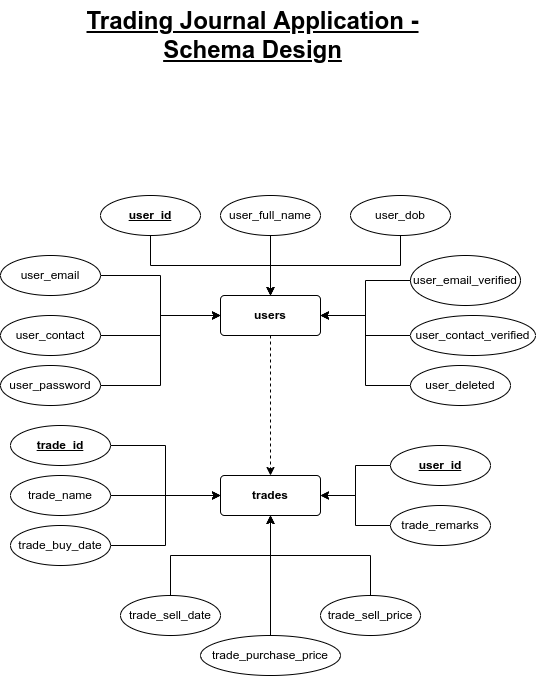
Earlier version of the draw.io export _resources/_schema_design/_img/SD - Trading Journal Application.drawio.png (rajeshsinha1997/trading-journal-app_Flask). Source tidied: cells renumbered, new cells last; positions are measured from the earlier drawing's top-left corner, leaving out a move shared by most shapes.
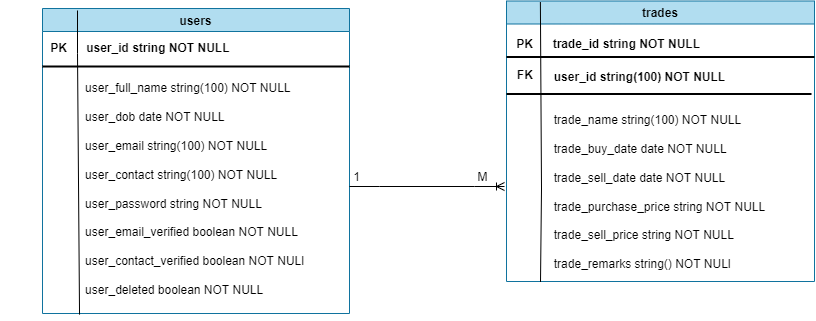
Above is the later version.

Commit message:
modified Schema Design and added ER diagram

Diff of the diagram source:
```diff
@@ -1,124 +1,70 @@
-<mxGraphModel>
+<mxGraphModel background="#ffffff">
   <root>
     <mxCell id="0" />
     <mxCell id="1" parent="0" />
-    <mxCell id="2" style="edgeStyle=orthogonalEdgeStyle;rounded=0;jettySize=auto;html=1;exitX=0.5;exitY=1;exitDx=0;exitDy=0;entryX=0.5;entryY=0;entryDx=0;entryDy=0;dashed=1;" parent="1" edge="1" source="3" target="22">
-      <mxGeometry relative="1" as="geometry" />
-    </mxCell>
-    <mxCell id="3" value="&lt;b&gt;users&lt;/b&gt;" style="rounded=1;arcSize=10;whiteSpace=wrap;html=1;align=center;" parent="1" vertex="1">
-      <mxGeometry x="220" y="295" width="100" height="40" as="geometry" />
+    <mxCell id="3" value="users" style="swimlane;fillColor=#b1ddf0;strokeColor=#10739e;" parent="1" vertex="1">
+      <mxGeometry x="-973" y="-1902" width="307" height="305" as="geometry" />
     </mxCell>
-    <mxCell id="4" style="edgeStyle=orthogonalEdgeStyle;rounded=0;jettySize=auto;html=1;exitX=0.5;exitY=1;exitDx=0;exitDy=0;entryX=0.5;entryY=0;entryDx=0;entryDy=0;" parent="1" edge="1" source="5" target="3">
-      <mxGeometry relative="1" as="geometry" />
-    </mxCell>
-    <mxCell id="5" value="&lt;b&gt;&lt;u&gt;user_id&lt;/u&gt;&lt;/b&gt;" style="ellipse;whiteSpace=wrap;html=1;align=center;" parent="1" vertex="1">
-      <mxGeometry x="100" y="195" width="100" height="40" as="geometry" />
-    </mxCell>
-    <mxCell id="6" style="edgeStyle=orthogonalEdgeStyle;rounded=0;jettySize=auto;html=1;exitX=0.5;exitY=1;exitDx=0;exitDy=0;" parent="1" edge="1" source="7">
-      <mxGeometry relative="1" as="geometry">
-        <mxPoint x="270" y="295" as="targetPoint" />
-      </mxGeometry>
-    </mxCell>
-    <mxCell id="7" value="user_full_name" style="ellipse;whiteSpace=wrap;html=1;align=center;" parent="1" vertex="1">
-      <mxGeometry x="220" y="195" width="100" height="40" as="geometry" />
-    </mxCell>
-    <mxCell id="8" style="edgeStyle=orthogonalEdgeStyle;rounded=0;jettySize=auto;html=1;exitX=0.5;exitY=1;exitDx=0;exitDy=0;" parent="1" edge="1" source="9">
-      <mxGeometry relative="1" as="geometry">
-        <mxPoint x="270" y="295" as="targetPoint" />
-      </mxGeometry>
-    </mxCell>
-    <mxCell id="9" value="user_dob" style="ellipse;whiteSpace=wrap;html=1;align=center;" parent="1" vertex="1">
-      <mxGeometry x="350" y="195" width="100" height="40" as="geometry" />
-    </mxCell>
-    <mxCell id="10" style="edgeStyle=orthogonalEdgeStyle;rounded=0;jettySize=auto;html=1;exitX=1;exitY=0.5;exitDx=0;exitDy=0;entryX=0;entryY=0.5;entryDx=0;entryDy=0;" parent="1" edge="1" source="11" target="3">
-      <mxGeometry relative="1" as="geometry" />
-    </mxCell>
-    <mxCell id="11" value="user_email" style="ellipse;whiteSpace=wrap;html=1;align=center;" parent="1" vertex="1">
-      <mxGeometry y="255" width="100" height="40" as="geometry" />
-    </mxCell>
-    <mxCell id="12" style="edgeStyle=orthogonalEdgeStyle;rounded=0;jettySize=auto;html=1;exitX=1;exitY=0.5;exitDx=0;exitDy=0;entryX=0;entryY=0.5;entryDx=0;entryDy=0;" parent="1" edge="1" source="13" target="3">
-      <mxGeometry relative="1" as="geometry" />
-    </mxCell>
-    <mxCell id="13" value="user_contact" style="ellipse;whiteSpace=wrap;html=1;align=center;" parent="1" vertex="1">
-      <mxGeometry y="315" width="100" height="40" as="geometry" />
-    </mxCell>
-    <mxCell id="14" style="edgeStyle=orthogonalEdgeStyle;rounded=0;jettySize=auto;html=1;exitX=1;exitY=0.5;exitDx=0;exitDy=0;entryX=0;entryY=0.5;entryDx=0;entryDy=0;" parent="1" edge="1" source="15" target="3">
-      <mxGeometry relative="1" as="geometry" />
-    </mxCell>
-    <mxCell id="15" value="user_password" style="ellipse;whiteSpace=wrap;html=1;align=center;" parent="1" vertex="1">
-      <mxGeometry y="365" width="100" height="40" as="geometry" />
-    </mxCell>
-    <mxCell id="16" style="edgeStyle=orthogonalEdgeStyle;rounded=0;jettySize=auto;html=1;exitX=0;exitY=0.5;exitDx=0;exitDy=0;entryX=1;entryY=0.5;entryDx=0;entryDy=0;" parent="1" edge="1" source="17" target="3">
-      <mxGeometry relative="1" as="geometry" />
-    </mxCell>
-    <mxCell id="17" value="user_email_verified" style="ellipse;whiteSpace=wrap;html=1;align=center;" parent="1" vertex="1">
-      <mxGeometry x="410" y="255" width="110" height="50" as="geometry" />
-    </mxCell>
-    <mxCell id="18" style="edgeStyle=orthogonalEdgeStyle;rounded=0;jettySize=auto;html=1;exitX=0;exitY=0.5;exitDx=0;exitDy=0;entryX=1;entryY=0.5;entryDx=0;entryDy=0;" parent="1" edge="1" source="19" target="3">
-      <mxGeometry relative="1" as="geometry" />
-    </mxCell>
-    <mxCell id="19" value="user_contact_verified" style="ellipse;whiteSpace=wrap;html=1;align=center;" parent="1" vertex="1">
-      <mxGeometry x="410" y="315" width="125" height="40" as="geometry" />
-    </mxCell>
-    <mxCell id="20" style="edgeStyle=orthogonalEdgeStyle;rounded=0;jettySize=auto;html=1;exitX=0;exitY=0.5;exitDx=0;exitDy=0;entryX=1;entryY=0.5;entryDx=0;entryDy=0;" parent="1" edge="1" source="21" target="3">
-      <mxGeometry relative="1" as="geometry" />
-    </mxCell>
-    <mxCell id="21" value="user_deleted" style="ellipse;whiteSpace=wrap;html=1;align=center;" parent="1" vertex="1">
-      <mxGeometry x="410" y="365" width="100" height="40" as="geometry" />
-    </mxCell>
+    <mxCell id="40" value="&lt;div style=&quot;text-align: left;&quot;&gt;&lt;span style=&quot;background-color: initial;&quot;&gt;user_full_name string(100) NOT NULL&lt;/span&gt;&lt;/div&gt;&lt;div style=&quot;text-align: left;&quot;&gt;&lt;br&gt;&lt;/div&gt;&lt;div style=&quot;text-align: left;&quot;&gt;&lt;span style=&quot;background-color: initial;&quot;&gt;user_dob date NOT NULL&lt;/span&gt;&lt;/div&gt;&lt;div style=&quot;text-align: left;&quot;&gt;&lt;br&gt;&lt;/div&gt;&lt;div style=&quot;text-align: left;&quot;&gt;&lt;span style=&quot;background-color: initial;&quot;&gt;user_email string(100) NOT NULL&lt;/span&gt;&lt;/div&gt;&lt;div style=&quot;text-align: left;&quot;&gt;&lt;br&gt;&lt;/div&gt;&lt;div style=&quot;text-align: left;&quot;&gt;&lt;span style=&quot;background-color: initial;&quot;&gt;user_contact string(100) NOT NULL&lt;/span&gt;&lt;/div&gt;&lt;div style=&quot;text-align: left;&quot;&gt;&lt;br&gt;&lt;/div&gt;&lt;div style=&quot;text-align: left;&quot;&gt;&lt;span style=&quot;background-color: initial;&quot;&gt;user_password string NOT NULL&lt;/span&gt;&lt;/div&gt;&lt;div style=&quot;text-align: left;&quot;&gt;&lt;br&gt;&lt;/div&gt;&lt;div style=&quot;text-align: left;&quot;&gt;&lt;span style=&quot;background-color: initial;&quot;&gt;user_email_verified boolean NOT NULL&lt;/span&gt;&lt;/div&gt;&lt;div style=&quot;text-align: left;&quot;&gt;&lt;br&gt;&lt;/div&gt;&lt;div style=&quot;text-align: left;&quot;&gt;&lt;span style=&quot;background-color: initial;&quot;&gt;user_contact_verified boolean NOT NULl&lt;/span&gt;&lt;/div&gt;&lt;div style=&quot;text-align: left;&quot;&gt;&lt;br&gt;&lt;/div&gt;&lt;div style=&quot;text-align: left;&quot;&gt;&lt;span style=&quot;background-color: initial;&quot;&gt;user_deleted boolean NOT NULL&amp;nbsp;&lt;/span&gt;&lt;/div&gt;&lt;div style=&quot;padding: 0px; margin: 0px;&quot;&gt;&lt;br style=&quot;padding: 0px; margin: 0px; text-align: left;&quot;&gt;&lt;/div&gt;" style="text;html=1;align=center;verticalAlign=middle;points=[];strokeColor=none;fillColor=none;" parent="3" vertex="1">
+      <mxGeometry x="33" y="67" width="237" height="242" as="geometry" />
+    </mxCell>
+    <mxCell id="41" value="&lt;b&gt;PK&lt;/b&gt;" style="text;html=1;align=center;verticalAlign=middle;strokeColor=none;fillColor=none;" parent="3" vertex="1">
+      <mxGeometry x="-2" y="27" width="35" height="26" as="geometry" />
+    </mxCell>
+    <mxCell id="42" style="endArrow=none;html=1;rounded=0;exitX=0.017;exitY=0.988;exitDx=0;exitDy=0;exitPerimeter=0;" parent="3" edge="1" source="40">
+      <mxGeometry relative="1" as="geometry">
+        <mxPoint x="35" y="2" as="targetPoint" />
+        <Array as="points">
+          <mxPoint x="35" y="45" />
+        </Array>
+      </mxGeometry>
+    </mxCell>
+    <mxCell id="43" value="&amp;nbsp; &amp;nbsp; &amp;nbsp; &amp;nbsp; &amp;nbsp; &amp;nbsp; &amp;nbsp; &amp;nbsp; &amp;nbsp; &amp;nbsp; &amp;nbsp; &amp;nbsp;&lt;b&gt;user_id string NOT NULL&lt;/b&gt;" style="text;html=1;align=center;verticalAlign=middle;strokeColor=none;fillColor=none;" parent="3" vertex="1">
+      <mxGeometry x="-42" y="27" width="238" height="26" as="geometry" />
+    </mxCell>
+    <mxCell id="44" style="line;strokeWidth=2;html=1;" parent="3" vertex="1">
+      <mxGeometry y="53" width="307" height="10" as="geometry" />
+    </mxCell>
-    <mxCell id="22" value="&lt;b&gt;trades&lt;/b&gt;" style="rounded=1;arcSize=10;whiteSpace=wrap;html=1;align=center;" parent="1" vertex="1">
-      <mxGeometry x="220" y="475" width="100" height="40" as="geometry" />
+    <mxCell id="22" value="trades" style="swimlane;fillColor=#b1ddf0;strokeColor=#10739e;" parent="1" vertex="1">
+      <mxGeometry x="-509" y="-1909.5" width="308" height="280.5" as="geometry" />
     </mxCell>
-    <mxCell id="23" style="edgeStyle=orthogonalEdgeStyle;rounded=0;jettySize=auto;html=1;exitX=1;exitY=0.5;exitDx=0;exitDy=0;entryX=0;entryY=0.5;entryDx=0;entryDy=0;" parent="1" edge="1" source="24" target="22">
-      <mxGeometry relative="1" as="geometry" />
-    </mxCell>
-    <mxCell id="24" value="&lt;b&gt;&lt;u&gt;trade_id&lt;/u&gt;&lt;/b&gt;" style="ellipse;whiteSpace=wrap;html=1;align=center;" parent="1" vertex="1">
-      <mxGeometry x="10" y="425" width="100" height="40" as="geometry" />
-    </mxCell>
-    <mxCell id="25" style="edgeStyle=orthogonalEdgeStyle;rounded=0;jettySize=auto;html=1;exitX=1;exitY=0.5;exitDx=0;exitDy=0;" parent="1" edge="1" source="26" target="22">
-      <mxGeometry relative="1" as="geometry" />
-    </mxCell>
-    <mxCell id="26" value="trade_name" style="ellipse;whiteSpace=wrap;html=1;align=center;" parent="1" vertex="1">
-      <mxGeometry x="10" y="475" width="100" height="40" as="geometry" />
-    </mxCell>
-    <mxCell id="27" style="edgeStyle=orthogonalEdgeStyle;rounded=0;jettySize=auto;html=1;exitX=1;exitY=0.5;exitDx=0;exitDy=0;entryX=0;entryY=0.5;entryDx=0;entryDy=0;" parent="1" edge="1" source="28" target="22">
-      <mxGeometry relative="1" as="geometry" />
-    </mxCell>
-    <mxCell id="28" value="trade_buy_date" style="ellipse;whiteSpace=wrap;html=1;align=center;" parent="1" vertex="1">
-      <mxGeometry x="10" y="525" width="100" height="40" as="geometry" />
-    </mxCell>
-    <mxCell id="29" style="edgeStyle=orthogonalEdgeStyle;rounded=0;jettySize=auto;html=1;exitX=0.5;exitY=0;exitDx=0;exitDy=0;entryX=0.5;entryY=1;entryDx=0;entryDy=0;" parent="1" edge="1" source="30" target="22">
-      <mxGeometry relative="1" as="geometry" />
-    </mxCell>
-    <mxCell id="30" value="trade_sell_date" style="ellipse;whiteSpace=wrap;html=1;align=center;" parent="1" vertex="1">
-      <mxGeometry x="120" y="595" width="100" height="40" as="geometry" />
-    </mxCell>
-    <mxCell id="31" style="edgeStyle=orthogonalEdgeStyle;rounded=0;jettySize=auto;html=1;exitX=0.5;exitY=0;exitDx=0;exitDy=0;" parent="1" edge="1" source="32" target="22">
-      <mxGeometry relative="1" as="geometry" />
-    </mxCell>
-    <mxCell id="32" value="trade_purchase_price" style="ellipse;whiteSpace=wrap;html=1;align=center;" parent="1" vertex="1">
-      <mxGeometry x="200" y="635" width="140" height="40" as="geometry" />
-    </mxCell>
-    <mxCell id="33" style="edgeStyle=orthogonalEdgeStyle;rounded=0;jettySize=auto;html=1;exitX=0.5;exitY=0;exitDx=0;exitDy=0;entryX=0.5;entryY=1;entryDx=0;entryDy=0;" parent="1" edge="1" source="34" target="22">
-      <mxGeometry relative="1" as="geometry" />
-    </mxCell>
-    <mxCell id="34" value="trade_sell_price" style="ellipse;whiteSpace=wrap;html=1;align=center;" parent="1" vertex="1">
-      <mxGeometry x="320" y="595" width="100" height="40" as="geometry" />
-    </mxCell>
-    <mxCell id="35" style="edgeStyle=orthogonalEdgeStyle;rounded=0;jettySize=auto;html=1;exitX=0;exitY=0.5;exitDx=0;exitDy=0;entryX=1;entryY=0.5;entryDx=0;entryDy=0;" parent="1" edge="1" source="36" target="22">
-      <mxGeometry relative="1" as="geometry" />
-    </mxCell>
-    <mxCell id="36" value="trade_remarks" style="ellipse;whiteSpace=wrap;html=1;align=center;" parent="1" vertex="1">
-      <mxGeometry x="390" y="505" width="100" height="40" as="geometry" />
-    </mxCell>
-    <mxCell id="37" style="edgeStyle=orthogonalEdgeStyle;rounded=0;jettySize=auto;html=1;exitX=0;exitY=0.5;exitDx=0;exitDy=0;entryX=1;entryY=0.5;entryDx=0;entryDy=0;" parent="1" edge="1" source="38" target="22">
-      <mxGeometry relative="1" as="geometry" />
-    </mxCell>
-    <mxCell id="38" value="&lt;b&gt;&lt;u&gt;user_id&lt;/u&gt;&lt;/b&gt;" style="ellipse;whiteSpace=wrap;html=1;align=center;" parent="1" vertex="1">
-      <mxGeometry x="390" y="445" width="100" height="40" as="geometry" />
-    </mxCell>
-    <mxCell id="39" value="&lt;font style=&quot;font-size: 24px;&quot;&gt;&lt;b&gt;&lt;u&gt;Trading Journal Application -&lt;br&gt;Schema Design&lt;/u&gt;&lt;/b&gt;&lt;/font&gt;" style="text;html=1;align=center;verticalAlign=middle;strokeColor=none;fillColor=none;" parent="1" vertex="1">
-      <mxGeometry x="77" width="350" height="70" as="geometry" />
-    </mxCell>
+    <mxCell id="45" value="&lt;div style=&quot;text-align: left;&quot;&gt;&lt;span style=&quot;background-color: initial;&quot;&gt;&lt;b&gt;user_id string(100) NOT NULL&lt;/b&gt;&lt;/span&gt;&lt;/div&gt;&lt;div style=&quot;text-align: left;&quot;&gt;&lt;span style=&quot;background-color: initial;&quot;&gt;&lt;br&gt;&lt;/span&gt;&lt;/div&gt;&lt;div style=&quot;text-align: left;&quot;&gt;&lt;br&gt;&lt;/div&gt;&lt;div style=&quot;text-align: left;&quot;&gt;&lt;span style=&quot;background-color: initial;&quot;&gt;trade_name string(100) NOT NULL&lt;/span&gt;&lt;/div&gt;&lt;div style=&quot;text-align: left;&quot;&gt;&lt;br&gt;&lt;/div&gt;&lt;div style=&quot;text-align: left;&quot;&gt;&lt;span style=&quot;background-color: initial;&quot;&gt;trade_buy_date date NOT NULL&lt;/span&gt;&lt;/div&gt;&lt;div style=&quot;text-align: left;&quot;&gt;&lt;br&gt;&lt;/div&gt;&lt;div style=&quot;text-align: left;&quot;&gt;&lt;span style=&quot;background-color: initial;&quot;&gt;trade_sell_date date NOT NULL&lt;/span&gt;&lt;/div&gt;&lt;div style=&quot;text-align: left;&quot;&gt;&lt;br&gt;&lt;/div&gt;&lt;div style=&quot;text-align: left;&quot;&gt;&lt;span style=&quot;background-color: initial;&quot;&gt;trade_purchase_price string NOT NULL&lt;/span&gt;&lt;/div&gt;&lt;div style=&quot;text-align: left;&quot;&gt;&lt;br&gt;&lt;/div&gt;&lt;div style=&quot;text-align: left;&quot;&gt;&lt;span style=&quot;background-color: initial;&quot;&gt;trade_sell_price string NOT NULL&lt;/span&gt;&lt;/div&gt;&lt;div style=&quot;text-align: left;&quot;&gt;&lt;br&gt;&lt;/div&gt;&lt;div style=&quot;text-align: left;&quot;&gt;&lt;span style=&quot;background-color: initial;&quot;&gt;trade_remarks string() NOT NULl&lt;/span&gt;&lt;/div&gt;&lt;div style=&quot;text-align: left;&quot;&gt;&lt;br&gt;&lt;/div&gt;&lt;div style=&quot;text-align: left;&quot;&gt;&lt;span style=&quot;background-color: initial;&quot;&gt;&amp;nbsp;&lt;/span&gt;&lt;/div&gt;&lt;div style=&quot;padding: 0px; margin: 0px;&quot;&gt;&lt;br style=&quot;padding: 0px; margin: 0px; text-align: left;&quot;&gt;&lt;/div&gt;" style="text;html=1;align=center;verticalAlign=middle;strokeColor=none;fillColor=none;" parent="22" vertex="1">
+      <mxGeometry x="38" y="63" width="229" height="257" as="geometry" />
+    </mxCell>
+    <mxCell id="46" style="endArrow=none;html=1;rounded=0;entryX=0.11;entryY=0.004;entryDx=0;entryDy=0;entryPerimeter=0;" parent="22" edge="1" target="22">
+      <mxGeometry relative="1" as="geometry">
+        <mxPoint x="34" y="281" as="sourcePoint" />
+        <Array as="points">
+          <mxPoint x="35" y="188" />
+        </Array>
+      </mxGeometry>
+    </mxCell>
+    <mxCell id="47" value="&lt;b&gt;PK&lt;/b&gt;" style="text;html=1;align=center;verticalAlign=middle;strokeColor=none;fillColor=none;" parent="22" vertex="1">
+      <mxGeometry y="30" width="35" height="26" as="geometry" />
+    </mxCell>
+    <mxCell id="48" style="line;strokeWidth=2;html=1;" parent="22" vertex="1">
+      <mxGeometry y="88" width="305" height="10" as="geometry" />
+    </mxCell>
+    <mxCell id="49" style="line;strokeWidth=2;html=1;" parent="22" vertex="1">
+      <mxGeometry y="51" width="308" height="10" as="geometry" />
+    </mxCell>
+    <mxCell id="50" value="&amp;nbsp; &amp;nbsp; &amp;nbsp; &amp;nbsp; &amp;nbsp; &amp;nbsp; &amp;nbsp; &amp;nbsp; &amp;nbsp; &amp;nbsp; &amp;nbsp; &amp;nbsp;&lt;b&gt;trade_id string NOT NULL&lt;/b&gt;" style="text;html=1;align=left;verticalAlign=middle;strokeColor=none;fillColor=none;" parent="22" vertex="1">
+      <mxGeometry x="-32" y="30" width="242" height="26" as="geometry" />
+    </mxCell>
+    <mxCell id="51" value="&lt;b&gt;&amp;nbsp; FK&lt;/b&gt;" style="text;html=1;align=center;verticalAlign=middle;strokeColor=none;fillColor=none;" parent="22" vertex="1">
+      <mxGeometry x="-6" y="61" width="41" height="26" as="geometry" />
+    </mxCell>
+    <mxCell id="52" style="edgeStyle=entityRelationEdgeStyle;fontSize=12;html=1;endArrow=ERoneToMany;rounded=0;" parent="1" edge="1">
+      <mxGeometry relative="1" as="geometry">
+        <mxPoint x="-666" y="-1724" as="sourcePoint" />
+        <mxPoint x="-511" y="-1724" as="targetPoint" />
+      </mxGeometry>
+    </mxCell>
+    <mxCell id="53" value="1" style="text;html=1;align=center;verticalAlign=middle;strokeColor=none;fillColor=none;" parent="1" vertex="1">
+      <mxGeometry x="-672" y="-1746" width="25" height="26" as="geometry" />
+    </mxCell>
+    <mxCell id="54" value="M" style="text;html=1;align=center;verticalAlign=middle;strokeColor=none;fillColor=none;" parent="1" vertex="1">
+      <mxGeometry x="-547" y="-1746" width="28" height="26" as="geometry" />
+    </mxCell>
   </root>
 </mxGraphModel>
```
